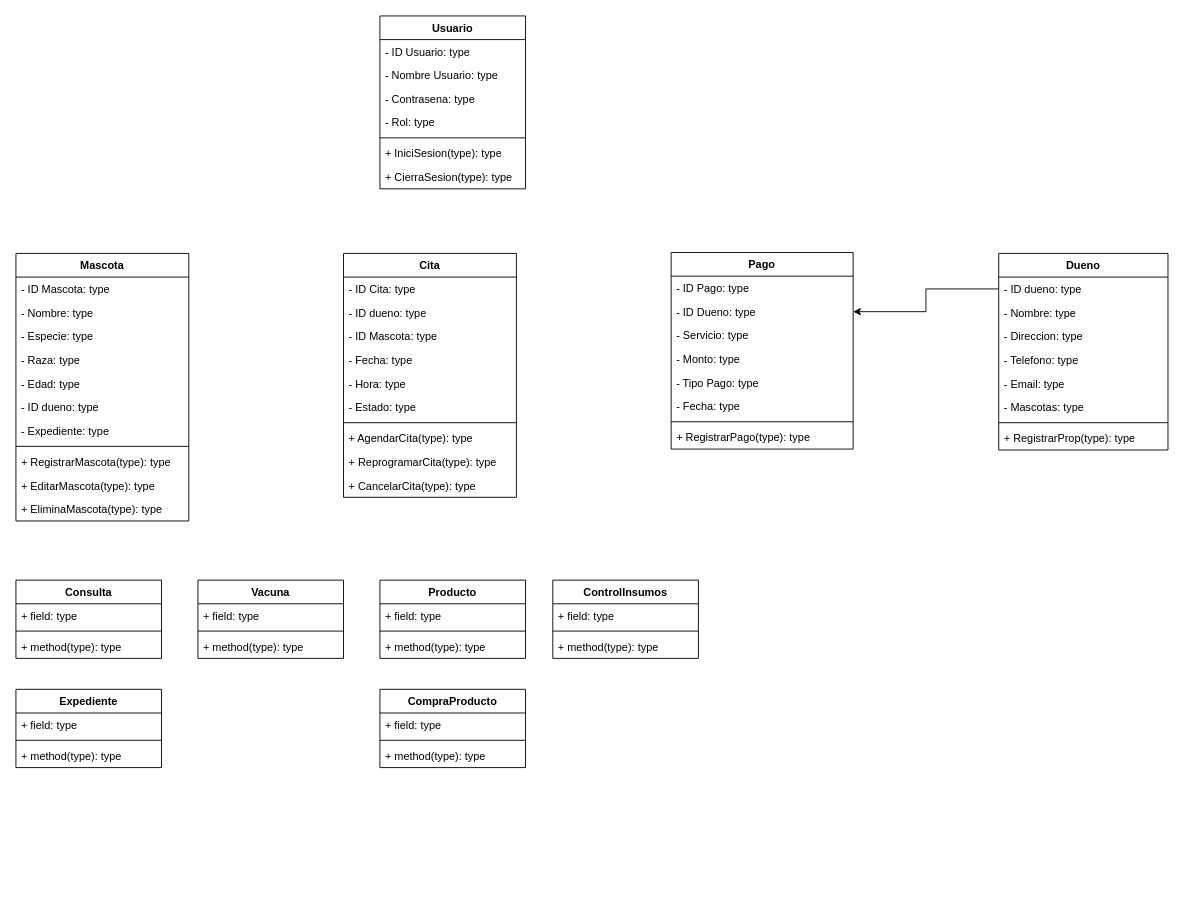
The draw.io diagram Diagrama sin título.drawio in NixieNixi/diagramaClases, before the edit. Source tidied: cells renumbered, new cells numbered last; positions are measured from the earlier drawing's top-left corner, leaving out a move shared by most shapes. Both pictures are drawn from the tidied source at 91%, with x=0, y=0 at pixel (15, 15).
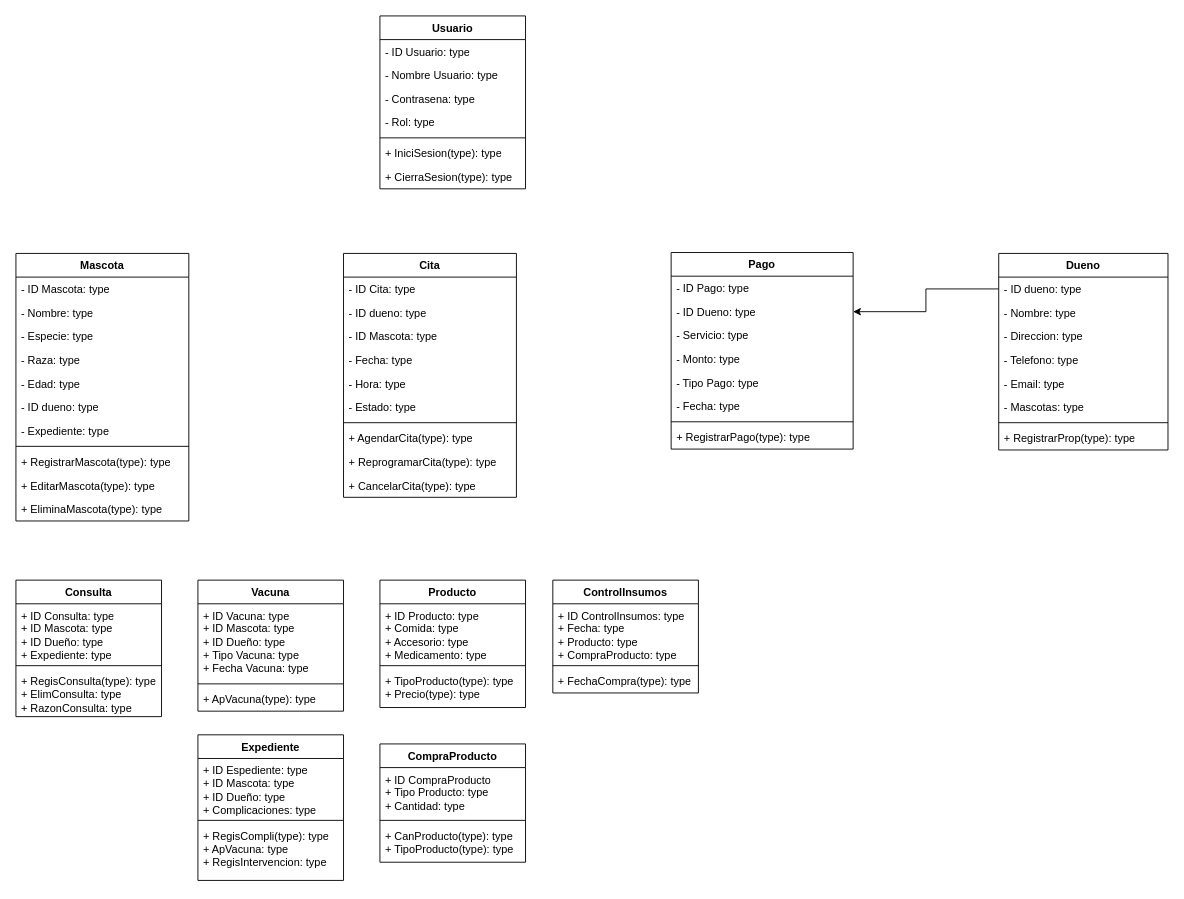
After the change.

Diff of the diagram source:
```diff
@@
     <mxCell id="51" value="Vacuna" style="swimlane;fontStyle=1;align=center;verticalAlign=top;horizontal=1;startSize=26;whiteSpace=wrap;html=1;" parent="1" vertex="1">
-      <mxGeometry x="200" y="620" width="160" height="86" as="geometry" />
+      <mxGeometry x="200" y="620" width="160" height="144" as="geometry" />
     </mxCell>
-    <mxCell id="52" value="+ field: type" style="text;strokeColor=none;fillColor=none;align=left;verticalAlign=top;spacingLeft=4;spacingRight=4;overflow=hidden;whiteSpace=wrap;html=1;" parent="51" vertex="1">
-      <mxGeometry y="26" width="160" height="26" as="geometry" />
+    <mxCell id="52" value="+ ID Vacuna: type&lt;div&gt;+ ID Mascota: type&lt;/div&gt;&lt;div&gt;+ ID Dueño: type&lt;/div&gt;&lt;div&gt;+ Tipo Vacuna: type&lt;/div&gt;&lt;div&gt;+ Fecha Vacuna: type&lt;/div&gt;" style="text;strokeColor=none;fillColor=none;align=left;verticalAlign=top;spacingLeft=4;spacingRight=4;overflow=hidden;whiteSpace=wrap;html=1;" parent="51" vertex="1">
+      <mxGeometry y="26" width="160" height="84" as="geometry" />
     </mxCell>
     <mxCell id="53" style="line;strokeWidth=1;fillColor=none;align=left;verticalAlign=middle;spacingTop=-1;spacingLeft=3;spacingRight=3;labelPosition=right;strokeColor=inherit;" parent="51" vertex="1">
-      <mxGeometry y="52" width="160" height="8" as="geometry" />
+      <mxGeometry y="110" width="160" height="8" as="geometry" />
     </mxCell>
-    <mxCell id="54" value="+ method(type): type" style="text;strokeColor=none;fillColor=none;align=left;verticalAlign=top;spacingLeft=4;spacingRight=4;overflow=hidden;whiteSpace=wrap;html=1;" parent="51" vertex="1">
-      <mxGeometry y="60" width="160" height="26" as="geometry" />
+    <mxCell id="54" value="+ ApVacuna(type): type" style="text;strokeColor=none;fillColor=none;align=left;verticalAlign=top;spacingLeft=4;spacingRight=4;overflow=hidden;whiteSpace=wrap;html=1;" parent="51" vertex="1">
+      <mxGeometry y="118" width="160" height="26" as="geometry" />
     </mxCell>
     <mxCell id="55" value="Consulta" style="swimlane;fontStyle=1;align=center;verticalAlign=top;horizontal=1;startSize=26;whiteSpace=wrap;html=1;" parent="1" vertex="1">
-      <mxGeometry y="620" width="160" height="86" as="geometry" />
+      <mxGeometry y="620" width="160" height="150" as="geometry" />
     </mxCell>
-    <mxCell id="56" value="+ field: type" style="text;strokeColor=none;fillColor=none;align=left;verticalAlign=top;spacingLeft=4;spacingRight=4;overflow=hidden;whiteSpace=wrap;html=1;" parent="55" vertex="1">
-      <mxGeometry y="26" width="160" height="26" as="geometry" />
+    <mxCell id="56" value="+ ID Consulta: type&lt;div&gt;+ ID Mascota: type&lt;/div&gt;&lt;div&gt;+ ID Dueño: type&lt;/div&gt;&lt;div&gt;+ Expediente: type&lt;/div&gt;" style="text;strokeColor=none;fillColor=none;align=left;verticalAlign=top;spacingLeft=4;spacingRight=4;overflow=hidden;whiteSpace=wrap;html=1;" parent="55" vertex="1">
+      <mxGeometry y="26" width="160" height="64" as="geometry" />
     </mxCell>
     <mxCell id="57" style="line;strokeWidth=1;fillColor=none;align=left;verticalAlign=middle;spacingTop=-1;spacingLeft=3;spacingRight=3;labelPosition=right;strokeColor=inherit;" parent="55" vertex="1">
-      <mxGeometry y="52" width="160" height="8" as="geometry" />
+      <mxGeometry y="90" width="160" height="8" as="geometry" />
     </mxCell>
-    <mxCell id="58" value="+ method(type): type" style="text;strokeColor=none;fillColor=none;align=left;verticalAlign=top;spacingLeft=4;spacingRight=4;overflow=hidden;whiteSpace=wrap;html=1;" parent="55" vertex="1">
-      <mxGeometry y="60" width="160" height="26" as="geometry" />
+    <mxCell id="58" value="+ RegisConsulta(type): type&lt;div&gt;+ ElimConsulta: type&lt;/div&gt;&lt;div&gt;+ RazonConsulta: type&lt;/div&gt;" style="text;strokeColor=none;fillColor=none;align=left;verticalAlign=top;spacingLeft=4;spacingRight=4;overflow=hidden;whiteSpace=wrap;html=1;" parent="55" vertex="1">
+      <mxGeometry y="98" width="160" height="52" as="geometry" />
     </mxCell>
     <mxCell id="59" value="Producto" style="swimlane;fontStyle=1;align=center;verticalAlign=top;horizontal=1;startSize=26;whiteSpace=wrap;html=1;" parent="1" vertex="1">
-      <mxGeometry x="400" y="620" width="160" height="86" as="geometry" />
+      <mxGeometry x="400" y="620" width="160" height="140" as="geometry" />
     </mxCell>
-    <mxCell id="60" value="+ field: type" style="text;strokeColor=none;fillColor=none;align=left;verticalAlign=top;spacingLeft=4;spacingRight=4;overflow=hidden;whiteSpace=wrap;html=1;" parent="59" vertex="1">
-      <mxGeometry y="26" width="160" height="26" as="geometry" />
+    <mxCell id="60" value="&lt;div&gt;+ ID Producto: type&lt;/div&gt;+ Comida: type&lt;div&gt;+ Accesorio: type&lt;/div&gt;&lt;div&gt;+ Medicamento: type&lt;/div&gt;" style="text;strokeColor=none;fillColor=none;align=left;verticalAlign=top;spacingLeft=4;spacingRight=4;overflow=hidden;whiteSpace=wrap;html=1;" parent="59" vertex="1">
+      <mxGeometry y="26" width="160" height="64" as="geometry" />
     </mxCell>
     <mxCell id="61" style="line;strokeWidth=1;fillColor=none;align=left;verticalAlign=middle;spacingTop=-1;spacingLeft=3;spacingRight=3;labelPosition=right;strokeColor=inherit;" parent="59" vertex="1">
-      <mxGeometry y="52" width="160" height="8" as="geometry" />
+      <mxGeometry y="90" width="160" height="8" as="geometry" />
     </mxCell>
-    <mxCell id="62" value="+ method(type): type" style="text;strokeColor=none;fillColor=none;align=left;verticalAlign=top;spacingLeft=4;spacingRight=4;overflow=hidden;whiteSpace=wrap;html=1;" parent="59" vertex="1">
-      <mxGeometry y="60" width="160" height="26" as="geometry" />
+    <mxCell id="62" value="+ TipoProducto(type): type&lt;div&gt;+ Precio(type): type&lt;/div&gt;" style="text;strokeColor=none;fillColor=none;align=left;verticalAlign=top;spacingLeft=4;spacingRight=4;overflow=hidden;whiteSpace=wrap;html=1;" parent="59" vertex="1">
+      <mxGeometry y="98" width="160" height="42" as="geometry" />
     </mxCell>
     <mxCell id="63" value="ControlInsumos" style="swimlane;fontStyle=1;align=center;verticalAlign=top;horizontal=1;startSize=26;whiteSpace=wrap;html=1;" parent="1" vertex="1">
-      <mxGeometry x="590" y="620" width="160" height="86" as="geometry" />
+      <mxGeometry x="590" y="620" width="160" height="124" as="geometry" />
     </mxCell>
-    <mxCell id="64" value="+ field: type" style="text;strokeColor=none;fillColor=none;align=left;verticalAlign=top;spacingLeft=4;spacingRight=4;overflow=hidden;whiteSpace=wrap;html=1;" parent="63" vertex="1">
-      <mxGeometry y="26" width="160" height="26" as="geometry" />
+    <mxCell id="64" value="&lt;div&gt;+ ID ControlInsumos: type&lt;/div&gt;+ Fecha: type&lt;div&gt;+ Producto: type&lt;/div&gt;&lt;div&gt;+ CompraProducto: type&lt;/div&gt;" style="text;strokeColor=none;fillColor=none;align=left;verticalAlign=top;spacingLeft=4;spacingRight=4;overflow=hidden;whiteSpace=wrap;html=1;" parent="63" vertex="1">
+      <mxGeometry y="26" width="160" height="64" as="geometry" />
     </mxCell>
     <mxCell id="65" style="line;strokeWidth=1;fillColor=none;align=left;verticalAlign=middle;spacingTop=-1;spacingLeft=3;spacingRight=3;labelPosition=right;strokeColor=inherit;" parent="63" vertex="1">
-      <mxGeometry y="52" width="160" height="8" as="geometry" />
+      <mxGeometry y="90" width="160" height="8" as="geometry" />
     </mxCell>
-    <mxCell id="66" value="+ method(type): type" style="text;strokeColor=none;fillColor=none;align=left;verticalAlign=top;spacingLeft=4;spacingRight=4;overflow=hidden;whiteSpace=wrap;html=1;" parent="63" vertex="1">
-      <mxGeometry y="60" width="160" height="26" as="geometry" />
+    <mxCell id="66" value="+ FechaCompra(type): type" style="text;strokeColor=none;fillColor=none;align=left;verticalAlign=top;spacingLeft=4;spacingRight=4;overflow=hidden;whiteSpace=wrap;html=1;" parent="63" vertex="1">
+      <mxGeometry y="98" width="160" height="26" as="geometry" />
     </mxCell>
     <mxCell id="67" value="CompraProducto" style="swimlane;fontStyle=1;align=center;verticalAlign=top;horizontal=1;startSize=26;whiteSpace=wrap;html=1;" parent="1" vertex="1">
-      <mxGeometry x="400" y="740" width="160" height="86" as="geometry" />
+      <mxGeometry x="400" y="800" width="160" height="130" as="geometry" />
     </mxCell>
-    <mxCell id="68" value="+ field: type" style="text;strokeColor=none;fillColor=none;align=left;verticalAlign=top;spacingLeft=4;spacingRight=4;overflow=hidden;whiteSpace=wrap;html=1;" parent="67" vertex="1">
-      <mxGeometry y="26" width="160" height="26" as="geometry" />
+    <mxCell id="68" value="&lt;div&gt;+ ID CompraProducto&lt;/div&gt;+ Tipo Producto: type&lt;div&gt;+ Cantidad: type&lt;/div&gt;" style="text;strokeColor=none;fillColor=none;align=left;verticalAlign=top;spacingLeft=4;spacingRight=4;overflow=hidden;whiteSpace=wrap;html=1;" parent="67" vertex="1">
+      <mxGeometry y="26" width="160" height="54" as="geometry" />
     </mxCell>
     <mxCell id="69" style="line;strokeWidth=1;fillColor=none;align=left;verticalAlign=middle;spacingTop=-1;spacingLeft=3;spacingRight=3;labelPosition=right;strokeColor=inherit;" parent="67" vertex="1">
-      <mxGeometry y="52" width="160" height="8" as="geometry" />
+      <mxGeometry y="80" width="160" height="8" as="geometry" />
     </mxCell>
-    <mxCell id="70" value="+ method(type): type" style="text;strokeColor=none;fillColor=none;align=left;verticalAlign=top;spacingLeft=4;spacingRight=4;overflow=hidden;whiteSpace=wrap;html=1;" parent="67" vertex="1">
-      <mxGeometry y="60" width="160" height="26" as="geometry" />
+    <mxCell id="70" value="+ CanProducto(type): type&lt;div&gt;+ TipoProducto(type): type&lt;/div&gt;" style="text;strokeColor=none;fillColor=none;align=left;verticalAlign=top;spacingLeft=4;spacingRight=4;overflow=hidden;whiteSpace=wrap;html=1;" parent="67" vertex="1">
+      <mxGeometry y="88" width="160" height="42" as="geometry" />
     </mxCell>
     <mxCell id="71" value="Expediente" style="swimlane;fontStyle=1;align=center;verticalAlign=top;horizontal=1;startSize=26;whiteSpace=wrap;html=1;" parent="1" vertex="1">
-      <mxGeometry y="740" width="160" height="86" as="geometry" />
+      <mxGeometry x="200" y="790" width="160" height="160" as="geometry" />
     </mxCell>
-    <mxCell id="72" value="+ field: type" style="text;strokeColor=none;fillColor=none;align=left;verticalAlign=top;spacingLeft=4;spacingRight=4;overflow=hidden;whiteSpace=wrap;html=1;" parent="71" vertex="1">
-      <mxGeometry y="26" width="160" height="26" as="geometry" />
+    <mxCell id="72" value="+ ID Espediente: type&lt;div&gt;+ ID Mascota: type&lt;/div&gt;&lt;div&gt;+ ID Dueño: type&lt;/div&gt;&lt;div&gt;+ Complicaciones: type&lt;/div&gt;" style="text;strokeColor=none;fillColor=none;align=left;verticalAlign=top;spacingLeft=4;spacingRight=4;overflow=hidden;whiteSpace=wrap;html=1;" parent="71" vertex="1">
+      <mxGeometry y="26" width="160" height="64" as="geometry" />
     </mxCell>
     <mxCell id="73" style="line;strokeWidth=1;fillColor=none;align=left;verticalAlign=middle;spacingTop=-1;spacingLeft=3;spacingRight=3;labelPosition=right;strokeColor=inherit;" parent="71" vertex="1">
-      <mxGeometry y="52" width="160" height="8" as="geometry" />
+      <mxGeometry y="90" width="160" height="8" as="geometry" />
     </mxCell>
-    <mxCell id="74" value="+ method(type): type" style="text;strokeColor=none;fillColor=none;align=left;verticalAlign=top;spacingLeft=4;spacingRight=4;overflow=hidden;whiteSpace=wrap;html=1;" parent="71" vertex="1">
-      <mxGeometry y="60" width="160" height="26" as="geometry" />
+    <mxCell id="74" value="+ RegisCompli(type): type&lt;div&gt;+ ApVacuna: type&lt;/div&gt;&lt;div&gt;+ RegisIntervencion: type&lt;/div&gt;" style="text;strokeColor=none;fillColor=none;align=left;verticalAlign=top;spacingLeft=4;spacingRight=4;overflow=hidden;whiteSpace=wrap;html=1;" parent="71" vertex="1">
+      <mxGeometry y="98" width="160" height="62" as="geometry" />
     </mxCell>
```
